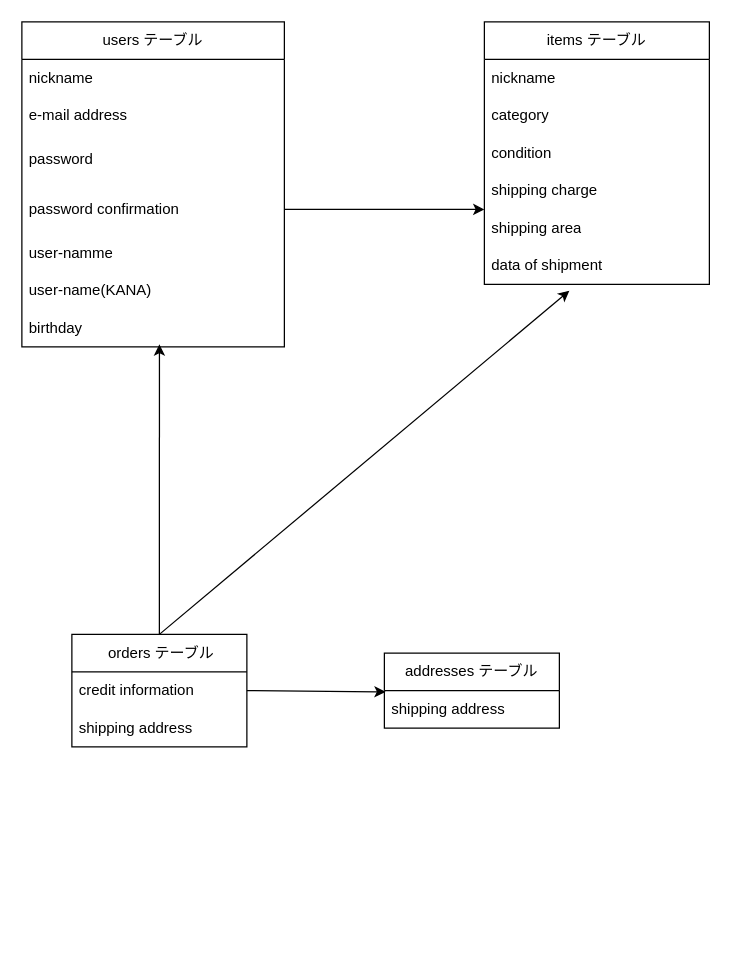
kikuchimami/furima-39130 keeps this draw.io diagram as ER.dio. Above is the earlier version. Source tidied: cells renumbered, new cells numbered last; positions are measured from the earlier drawing's top-left corner, leaving out a move shared by most shapes. Both pictures are drawn from the tidied source at 125%, with x=0, y=0 at pixel (21, 21).
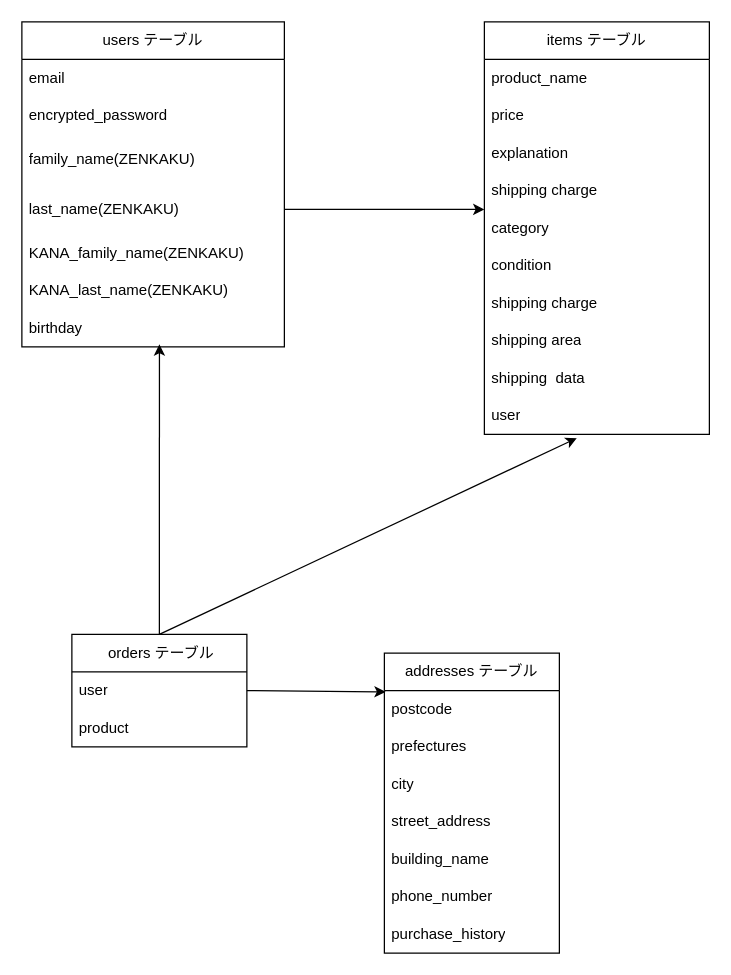
Above is the later version.

Commit message (it also covers changes not shown here):
ER図、README修正_2

Unchanged cells that the change refers to:
```xml
<mxCell id="2" value="users テーブル" style="swimlane;fontStyle=0;horizontal=1;startSize=30;whiteSpace=wrap;html=1;" parent="1" vertex="1">
  <mxGeometry width="210" height="260" as="geometry" />
</mxCell>
<mxCell id="21" value="&amp;nbsp;orders テーブル" style="swimlane;fontStyle=0;horizontal=1;startSize=30;whiteSpace=wrap;html=1;" parent="1" vertex="1">
  <mxGeometry x="40" y="490" width="140" height="90" as="geometry" />
</mxCell>
```

Change to the diagram source:
```diff
@@
-    <mxCell id="3" value="nickname" style="text;strokeColor=none;fillColor=none;align=left;verticalAlign=middle;spacingLeft=4;spacingRight=4;overflow=hidden;whiteSpace=wrap;html=1;" parent="2" vertex="1">
+    <mxCell id="3" value="email" style="text;strokeColor=none;fillColor=none;align=left;verticalAlign=middle;spacingLeft=4;spacingRight=4;overflow=hidden;whiteSpace=wrap;html=1;" parent="2" vertex="1">
       <mxGeometry y="30" width="210" height="30" as="geometry" />
     </mxCell>
-    <mxCell id="4" value="e-mail address" style="text;strokeColor=none;fillColor=none;align=left;verticalAlign=middle;spacingLeft=4;spacingRight=4;overflow=hidden;whiteSpace=wrap;html=1;" parent="2" vertex="1">
+    <mxCell id="4" value="encrypted_password" style="text;strokeColor=none;fillColor=none;align=left;verticalAlign=middle;spacingLeft=4;spacingRight=4;overflow=hidden;whiteSpace=wrap;html=1;" parent="2" vertex="1">
       <mxGeometry y="60" width="210" height="30" as="geometry" />
     </mxCell>
-    <mxCell id="5" value="password&lt;br&gt;" style="text;strokeColor=none;fillColor=none;align=left;verticalAlign=middle;spacingLeft=4;spacingRight=4;overflow=hidden;whiteSpace=wrap;html=1;" parent="2" vertex="1">
+    <mxCell id="5" value="family_name(ZENKAKU)" style="text;strokeColor=none;fillColor=none;align=left;verticalAlign=middle;spacingLeft=4;spacingRight=4;overflow=hidden;whiteSpace=wrap;html=1;" parent="2" vertex="1">
       <mxGeometry y="90" width="210" height="40" as="geometry" />
     </mxCell>
-    <mxCell id="6" value="password confirmation" style="text;strokeColor=none;fillColor=none;align=left;verticalAlign=middle;spacingLeft=4;spacingRight=4;overflow=hidden;points=[[0,0.5],[1,0.5]];portConstraint=eastwest;whiteSpace=wrap;html=1;" parent="2" vertex="1">
+    <mxCell id="6" value="last_name(ZENKAKU)" style="text;strokeColor=none;fillColor=none;align=left;verticalAlign=middle;spacingLeft=4;spacingRight=4;overflow=hidden;points=[[0,0.5],[1,0.5]];portConstraint=eastwest;whiteSpace=wrap;html=1;" parent="2" vertex="1">
       <mxGeometry y="130" width="210" height="40" as="geometry" />
     </mxCell>
-    <mxCell id="7" value="user-namme" style="text;strokeColor=none;fillColor=none;align=left;verticalAlign=middle;spacingLeft=4;spacingRight=4;overflow=hidden;whiteSpace=wrap;html=1;" parent="2" vertex="1">
+    <mxCell id="7" value="KANA_family_name(ZENKAKU)" style="text;strokeColor=none;fillColor=none;align=left;verticalAlign=middle;spacingLeft=4;spacingRight=4;overflow=hidden;whiteSpace=wrap;html=1;" parent="2" vertex="1">
       <mxGeometry y="170" width="210" height="30" as="geometry" />
     </mxCell>
-    <mxCell id="8" value="user-name(KANA)" style="text;strokeColor=none;fillColor=none;align=left;verticalAlign=middle;spacingLeft=4;spacingRight=4;overflow=hidden;whiteSpace=wrap;html=1;" parent="2" vertex="1">
+    <mxCell id="8" value="KANA_last_name(ZENKAKU)" style="text;strokeColor=none;fillColor=none;align=left;verticalAlign=middle;spacingLeft=4;spacingRight=4;overflow=hidden;whiteSpace=wrap;html=1;" parent="2" vertex="1">
       <mxGeometry y="200" width="210" height="30" as="geometry" />
     </mxCell>
@@
     <mxCell id="10" value="items テーブル" style="swimlane;fontStyle=0;horizontal=1;startSize=30;whiteSpace=wrap;html=1;" parent="1" vertex="1">
-      <mxGeometry x="370" width="180" height="210" as="geometry" />
+      <mxGeometry x="370" width="180" height="330" as="geometry" />
     </mxCell>
-    <mxCell id="11" value="nickname" style="text;strokeColor=none;fillColor=none;align=left;verticalAlign=middle;spacingLeft=4;spacingRight=4;overflow=hidden;whiteSpace=wrap;html=1;" parent="10" vertex="1">
+    <mxCell id="11" value="product_name" style="text;strokeColor=none;fillColor=none;align=left;verticalAlign=middle;spacingLeft=4;spacingRight=4;overflow=hidden;whiteSpace=wrap;html=1;" parent="10" vertex="1">
       <mxGeometry y="30" width="180" height="30" as="geometry" />
     </mxCell>
-    <mxCell id="12" value="category" style="text;strokeColor=none;fillColor=none;align=left;verticalAlign=middle;spacingLeft=4;spacingRight=4;overflow=hidden;whiteSpace=wrap;html=1;" parent="10" vertex="1">
+    <mxCell id="12" value="price" style="text;strokeColor=none;fillColor=none;align=left;verticalAlign=middle;spacingLeft=4;spacingRight=4;overflow=hidden;whiteSpace=wrap;html=1;" parent="10" vertex="1">
       <mxGeometry y="60" width="180" height="30" as="geometry" />
     </mxCell>
-    <mxCell id="13" value="condition&lt;span style=&quot;white-space: pre;&quot;&gt;&#9;&lt;/span&gt;" style="text;strokeColor=none;fillColor=none;align=left;verticalAlign=middle;spacingLeft=4;spacingRight=4;overflow=hidden;whiteSpace=wrap;html=1;" parent="10" vertex="1">
+    <mxCell id="13" value="explanation" style="text;strokeColor=none;fillColor=none;align=left;verticalAlign=middle;spacingLeft=4;spacingRight=4;overflow=hidden;whiteSpace=wrap;html=1;" parent="10" vertex="1">
       <mxGeometry y="90" width="180" height="30" as="geometry" />
     </mxCell>
@@
-    <mxCell id="15" value="shipping area" style="text;strokeColor=none;fillColor=none;align=left;verticalAlign=middle;spacingLeft=4;spacingRight=4;overflow=hidden;whiteSpace=wrap;html=1;" parent="10" vertex="1">
+    <mxCell id="15" value="category" style="text;strokeColor=none;fillColor=none;align=left;verticalAlign=middle;spacingLeft=4;spacingRight=4;overflow=hidden;whiteSpace=wrap;html=1;" parent="10" vertex="1">
       <mxGeometry y="150" width="180" height="30" as="geometry" />
     </mxCell>
-    <mxCell id="16" value="data of shipment" style="text;strokeColor=none;fillColor=none;align=left;verticalAlign=middle;spacingLeft=4;spacingRight=4;overflow=hidden;points=[[0,0.5],[1,0.5]];portConstraint=eastwest;whiteSpace=wrap;html=1;" parent="10" vertex="1">
+    <mxCell id="16" value="condition" style="text;strokeColor=none;fillColor=none;align=left;verticalAlign=middle;spacingLeft=4;spacingRight=4;overflow=hidden;points=[[0,0.5],[1,0.5]];portConstraint=eastwest;whiteSpace=wrap;html=1;" parent="10" vertex="1">
       <mxGeometry y="180" width="180" height="30" as="geometry" />
     </mxCell>
+    <mxCell id="26" value="shipping charge" style="text;strokeColor=none;fillColor=none;align=left;verticalAlign=middle;spacingLeft=4;spacingRight=4;overflow=hidden;whiteSpace=wrap;html=1;" parent="10" vertex="1">
+      <mxGeometry y="210" width="180" height="30" as="geometry" />
+    </mxCell>
+    <mxCell id="27" value="shipping area" style="text;strokeColor=none;fillColor=none;align=left;verticalAlign=middle;spacingLeft=4;spacingRight=4;overflow=hidden;whiteSpace=wrap;html=1;" parent="10" vertex="1">
+      <mxGeometry y="240" width="180" height="30" as="geometry" />
+    </mxCell>
+    <mxCell id="28" value="shipping&amp;nbsp; data" style="text;strokeColor=none;fillColor=none;align=left;verticalAlign=middle;spacingLeft=4;spacingRight=4;overflow=hidden;whiteSpace=wrap;html=1;" parent="10" vertex="1">
+      <mxGeometry y="270" width="180" height="30" as="geometry" />
+    </mxCell>
+    <mxCell id="29" value="user" style="text;strokeColor=none;fillColor=none;align=left;verticalAlign=middle;spacingLeft=4;spacingRight=4;overflow=hidden;points=[[0,0.5],[1,0.5]];portConstraint=eastwest;whiteSpace=wrap;html=1;" parent="10" vertex="1">
+      <mxGeometry y="300" width="180" height="30" as="geometry" />
+    </mxCell>
     <mxCell id="17" value="addresses テーブル" style="swimlane;fontStyle=0;horizontal=1;startSize=30;whiteSpace=wrap;html=1;" parent="1" vertex="1">
-      <mxGeometry x="290" y="505" width="140" height="60" as="geometry" />
+      <mxGeometry x="290" y="505" width="140" height="240" as="geometry" />
     </mxCell>
-    <mxCell id="18" value="shipping address" style="text;strokeColor=none;fillColor=none;align=left;verticalAlign=middle;spacingLeft=4;spacingRight=4;overflow=hidden;points=[[0,0.5],[1,0.5]];portConstraint=eastwest;whiteSpace=wrap;html=1;" parent="17" vertex="1">
-      <mxGeometry y="30" width="140" height="30" as="geometry" />
-    </mxCell>
+    <mxCell id="30" value="postcode" style="text;strokeColor=none;fillColor=none;align=left;verticalAlign=middle;spacingLeft=4;spacingRight=4;overflow=hidden;whiteSpace=wrap;html=1;" parent="17" vertex="1">
+      <mxGeometry y="30" width="140" height="30" as="geometry" />
+    </mxCell>
+    <mxCell id="31" value="prefectures" style="text;strokeColor=none;fillColor=none;align=left;verticalAlign=middle;spacingLeft=4;spacingRight=4;overflow=hidden;whiteSpace=wrap;html=1;" parent="17" vertex="1">
+      <mxGeometry y="60" width="140" height="30" as="geometry" />
+    </mxCell>
+    <mxCell id="32" value="city" style="text;strokeColor=none;fillColor=none;align=left;verticalAlign=middle;spacingLeft=4;spacingRight=4;overflow=hidden;whiteSpace=wrap;html=1;" parent="17" vertex="1">
+      <mxGeometry y="90" width="140" height="30" as="geometry" />
+    </mxCell>
+    <mxCell id="33" value="street_address" style="text;strokeColor=none;fillColor=none;align=left;verticalAlign=middle;spacingLeft=4;spacingRight=4;overflow=hidden;whiteSpace=wrap;html=1;" parent="17" vertex="1">
+      <mxGeometry y="120" width="140" height="30" as="geometry" />
+    </mxCell>
+    <mxCell id="34" value="building_name" style="text;strokeColor=none;fillColor=none;align=left;verticalAlign=middle;spacingLeft=4;spacingRight=4;overflow=hidden;whiteSpace=wrap;html=1;" parent="17" vertex="1">
+      <mxGeometry y="150" width="140" height="30" as="geometry" />
+    </mxCell>
+    <mxCell id="35" value="phone_number" style="text;strokeColor=none;fillColor=none;align=left;verticalAlign=middle;spacingLeft=4;spacingRight=4;overflow=hidden;whiteSpace=wrap;html=1;" parent="17" vertex="1">
+      <mxGeometry y="180" width="140" height="30" as="geometry" />
+    </mxCell>
+    <mxCell id="36" value="purchase_history" style="text;strokeColor=none;fillColor=none;align=left;verticalAlign=middle;spacingLeft=4;spacingRight=4;overflow=hidden;whiteSpace=wrap;html=1;" parent="17" vertex="1">
+      <mxGeometry y="210" width="140" height="30" as="geometry" />
+    </mxCell>
@@
-    <mxCell id="20" style="edgeStyle=none;html=1;exitX=0.5;exitY=0;exitDx=0;exitDy=0;entryX=0.378;entryY=1.167;entryDx=0;entryDy=0;entryPerimeter=0;" parent="1" edge="1" source="21" target="16">
+    <mxCell id="20" style="edgeStyle=none;html=1;exitX=0.5;exitY=0;exitDx=0;exitDy=0;entryX=0.411;entryY=1.1;entryDx=0;entryDy=0;entryPerimeter=0;" parent="1" edge="1" source="21" target="29">
       <mxGeometry relative="1" as="geometry" />
     </mxCell>
@@
-    <mxCell id="22" value="credit information&lt;span style=&quot;white-space: pre;&quot;&gt;&#9;&lt;/span&gt;" style="text;strokeColor=none;fillColor=none;align=left;verticalAlign=middle;spacingLeft=4;spacingRight=4;overflow=hidden;points=[[0,0.5],[1,0.5]];portConstraint=eastwest;whiteSpace=wrap;html=1;" parent="21" vertex="1">
+    <mxCell id="22" value="user" style="text;strokeColor=none;fillColor=none;align=left;verticalAlign=middle;spacingLeft=4;spacingRight=4;overflow=hidden;points=[[0,0.5],[1,0.5]];portConstraint=eastwest;whiteSpace=wrap;html=1;" parent="21" vertex="1">
       <mxGeometry y="30" width="140" height="30" as="geometry" />
     </mxCell>
-    <mxCell id="23" value="shipping address" style="text;strokeColor=none;fillColor=none;align=left;verticalAlign=middle;spacingLeft=4;spacingRight=4;overflow=hidden;whiteSpace=wrap;html=1;" parent="21" vertex="1">
+    <mxCell id="23" value="product" style="text;strokeColor=none;fillColor=none;align=left;verticalAlign=middle;spacingLeft=4;spacingRight=4;overflow=hidden;whiteSpace=wrap;html=1;" parent="21" vertex="1">
       <mxGeometry y="60" width="140" height="30" as="geometry" />
     </mxCell>
@@
-    <mxCell id="25" style="edgeStyle=none;html=1;exitX=1;exitY=0.5;exitDx=0;exitDy=0;entryX=0.007;entryY=0.033;entryDx=0;entryDy=0;entryPerimeter=0;" parent="1" edge="1" source="22" target="18">
-      <mxGeometry relative="1" as="geometry" />
+    <mxCell id="25" style="edgeStyle=none;html=1;exitX=1;exitY=0.5;exitDx=0;exitDy=0;entryX=0.007;entryY=0.033;entryDx=0;entryDy=0;entryPerimeter=0;" parent="1" edge="1" source="22">
+      <mxGeometry relative="1" as="geometry">
+        <mxPoint x="291" y="536" as="targetPoint" />
+      </mxGeometry>
     </mxCell>
```
